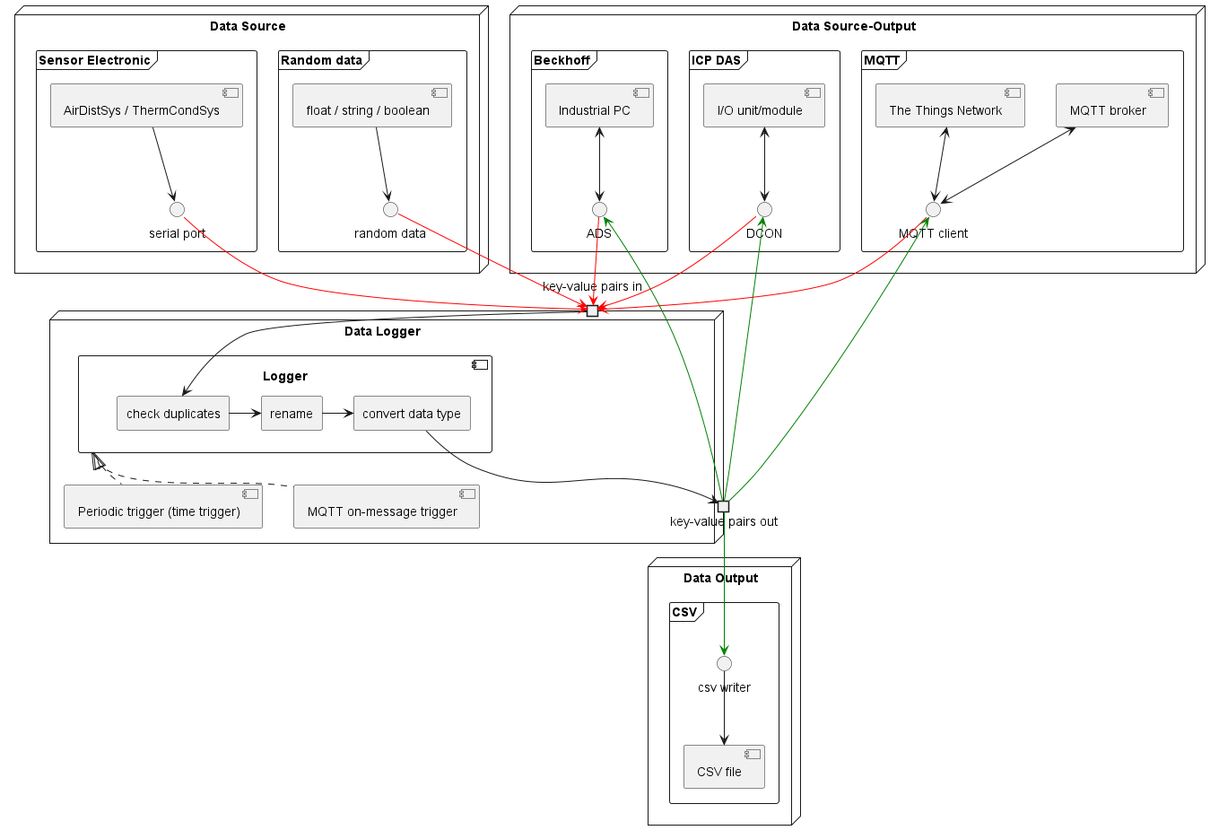
RWTH-EBC/EBC_Measurements keeps this PlantUML diagram as docs/uml/Overview.png. Above is the earlier version.
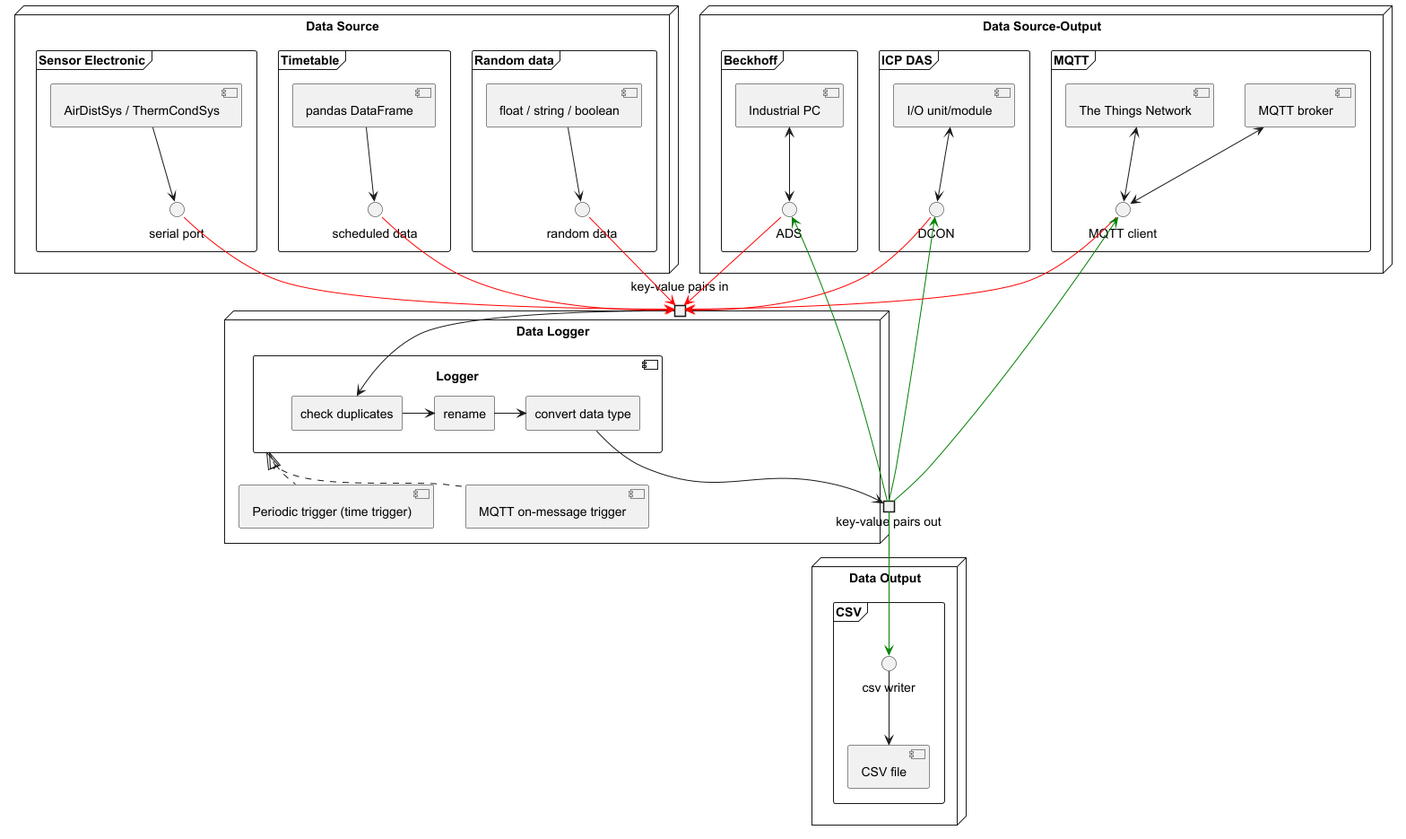
After the change.

Diff of the diagram source:
```diff
@@ -4,6 +4,10 @@
     frame "Random data"{
         () "random data"
         [float / string / boolean] --> "random data"
+    }
+    frame "Timetable"{
+        () "scheduled data"
+        [pandas DataFrame] --> "scheduled data"
     }
     frame "Sensor Electronic"{
         () "serial port"
@@ -55,6 +59,7 @@
     "Logger" <|.. "MQTT on-message trigger"
 
     "random data" -[#Red]-> "key-value pairs in"
+    "scheduled data" -[#Red]-> "key-value pairs in"
     "serial port" -[#Red]-> "key-value pairs in"
 
     "key-value pairs out" -[#Green]-> "csv writer"
```
